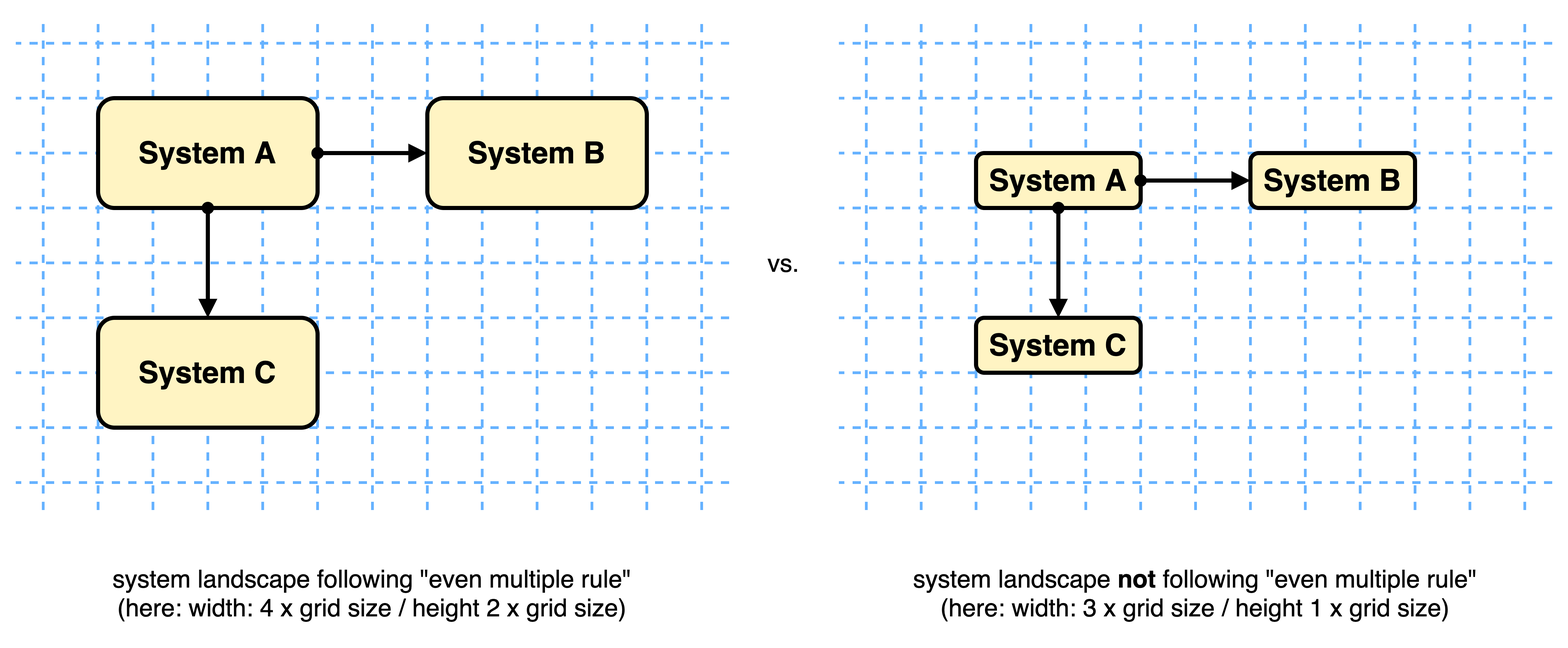
This is diagrams/box-guideline_even-multiple-rule_1.png from martinleggewie/visual-tips-for-creating-schematic-diagrams, a draw.io export, as it was before one commit. Source tidied: cells renumbered, new cells last; positions are measured from the earlier drawing's top-left corner, leaving out a move shared by most shapes.
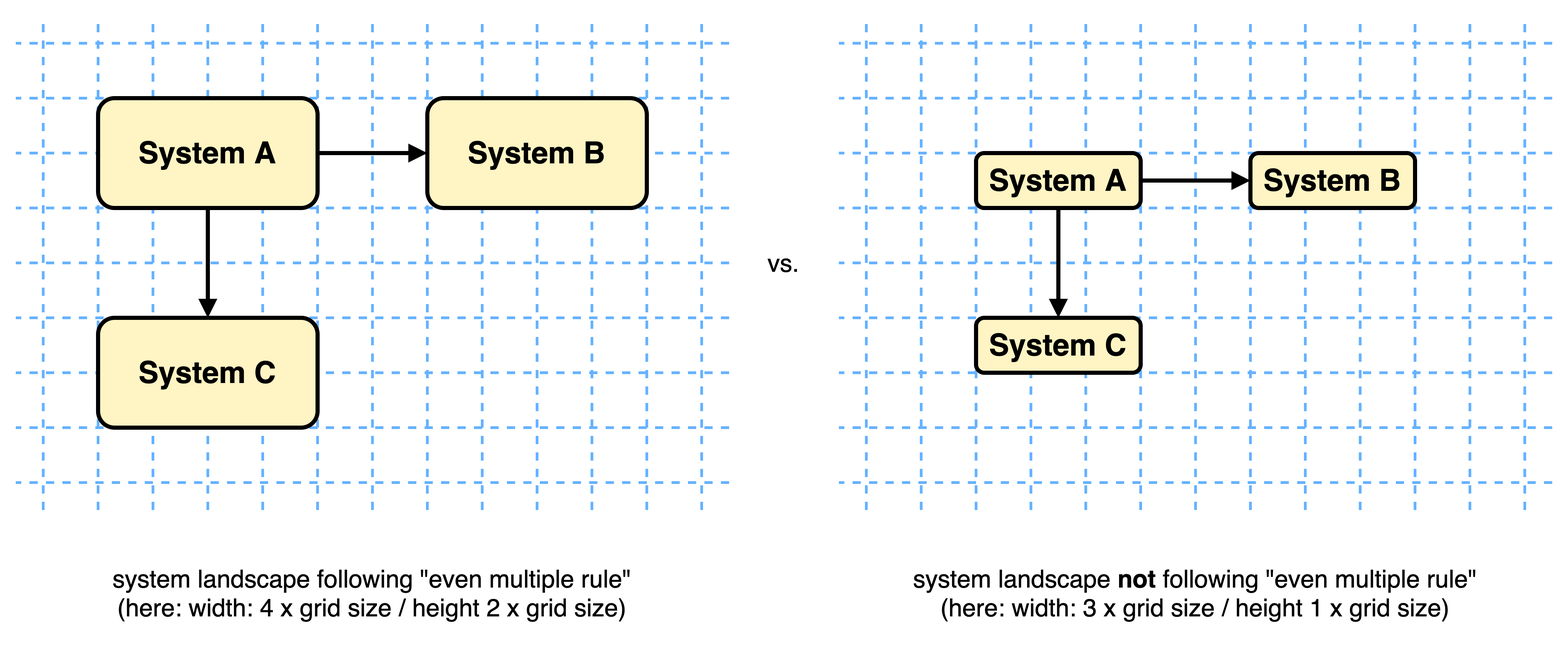
The same file after the commit.

The edit, as a diff of the source:
```diff
@@ -283,7 +283,7 @@
     <mxCell id="52" value="System B" style="rounded=1;whiteSpace=wrap;html=1;strokeWidth=3;fontSize=22;fontStyle=1;fillColor=#FFF4C3;" parent="50" vertex="1">
       <mxGeometry x="310" y="70" width="160" height="80" as="geometry" />
     </mxCell>
-    <mxCell id="53" style="edgeStyle=none;rounded=0;jettySize=auto;html=1;startArrow=oval;startFill=1;endArrow=block;endFill=1;strokeWidth=3;fontSize=22;" parent="50" edge="1" source="51" target="52">
+    <mxCell id="53" style="edgeStyle=none;rounded=0;jettySize=auto;html=1;startArrow=none;startFill=0;endArrow=block;endFill=1;strokeWidth=3;fontSize=22;" parent="50" edge="1" source="51" target="52">
       <mxGeometry relative="1" as="geometry" />
     </mxCell>
     <mxCell id="54" value="system landscape following &quot;even multiple rule&quot;&lt;br style=&quot;font-size: 18px&quot;&gt;(here:&amp;nbsp;&lt;span style=&quot;font-size: 18px&quot;&gt;width: 4 x grid size /&amp;nbsp;&lt;/span&gt;&lt;span style=&quot;font-size: 18px&quot;&gt;height 2 x grid size)&lt;/span&gt;&lt;span style=&quot;font-size: 18px&quot;&gt;&lt;br style=&quot;font-size: 18px&quot;&gt;&lt;/span&gt;" style="text;html=1;strokeColor=none;fillColor=none;align=center;verticalAlign=middle;whiteSpace=wrap;rounded=0;fontSize=18;" parent="50" vertex="1">
@@ -295,7 +295,7 @@
     <mxCell id="56" value="System C" style="rounded=1;whiteSpace=wrap;html=1;strokeWidth=3;fontSize=22;fontStyle=1;fillColor=#FFF4C3;" parent="50" vertex="1">
       <mxGeometry x="70" y="230" width="160" height="80" as="geometry" />
     </mxCell>
-    <mxCell id="57" style="edgeStyle=none;rounded=0;jettySize=auto;html=1;fontSize=22;startArrow=oval;startFill=1;endArrow=block;endFill=1;strokeWidth=3;" parent="50" edge="1" source="51" target="56">
+    <mxCell id="57" style="edgeStyle=none;rounded=0;jettySize=auto;html=1;fontSize=22;startArrow=none;startFill=0;endArrow=block;endFill=1;strokeWidth=3;" parent="50" edge="1" source="51" target="56">
       <mxGeometry relative="1" as="geometry" />
     </mxCell>
     <mxCell id="58" value="System A" style="rounded=1;whiteSpace=wrap;html=1;strokeWidth=3;fontSize=22;fontStyle=1;fillColor=#FFF4C3;" parent="50" vertex="1">
@@ -304,13 +304,13 @@
     <mxCell id="59" value="System B" style="rounded=1;whiteSpace=wrap;html=1;strokeWidth=3;fontSize=22;fontStyle=1;fillColor=#FFF4C3;" parent="50" vertex="1">
       <mxGeometry x="910" y="110" width="120" height="40" as="geometry" />
     </mxCell>
-    <mxCell id="60" style="edgeStyle=none;rounded=0;jettySize=auto;html=1;startArrow=oval;startFill=1;endArrow=block;endFill=1;strokeWidth=3;fontSize=22;" parent="50" edge="1" source="58" target="59">
+    <mxCell id="60" style="edgeStyle=none;rounded=0;jettySize=auto;html=1;startArrow=none;startFill=0;endArrow=block;endFill=1;strokeWidth=3;fontSize=22;" parent="50" edge="1" source="58" target="59">
       <mxGeometry relative="1" as="geometry" />
     </mxCell>
     <mxCell id="61" value="System C" style="rounded=1;whiteSpace=wrap;html=1;strokeWidth=3;fontSize=22;fontStyle=1;fillColor=#FFF4C3;" parent="50" vertex="1">
       <mxGeometry x="710" y="230" width="120" height="40" as="geometry" />
     </mxCell>
-    <mxCell id="62" style="edgeStyle=none;rounded=0;jettySize=auto;html=1;fontSize=22;startArrow=oval;startFill=1;endArrow=block;endFill=1;strokeWidth=3;" parent="50" edge="1" source="58" target="61">
+    <mxCell id="62" style="edgeStyle=none;rounded=0;jettySize=auto;html=1;fontSize=22;startArrow=none;startFill=0;endArrow=block;endFill=1;strokeWidth=3;" parent="50" edge="1" source="58" target="61">
       <mxGeometry relative="1" as="geometry" />
     </mxCell>
     <mxCell id="63" value="system landscape &lt;b&gt;not&lt;/b&gt; following &quot;even multiple rule&quot;&lt;br style=&quot;font-size: 18px&quot;&gt;(here:&amp;nbsp;&lt;span style=&quot;font-size: 18px&quot;&gt;width: 3 x grid size /&amp;nbsp;&lt;/span&gt;&lt;span style=&quot;font-size: 18px&quot;&gt;height 1 x grid size)&lt;/span&gt;&lt;span style=&quot;font-size: 18px&quot;&gt;&lt;br style=&quot;font-size: 18px&quot;&gt;&lt;/span&gt;" style="text;html=1;strokeColor=none;fillColor=none;align=center;verticalAlign=middle;whiteSpace=wrap;rounded=0;fontSize=18;" parent="50" vertex="1">
```
